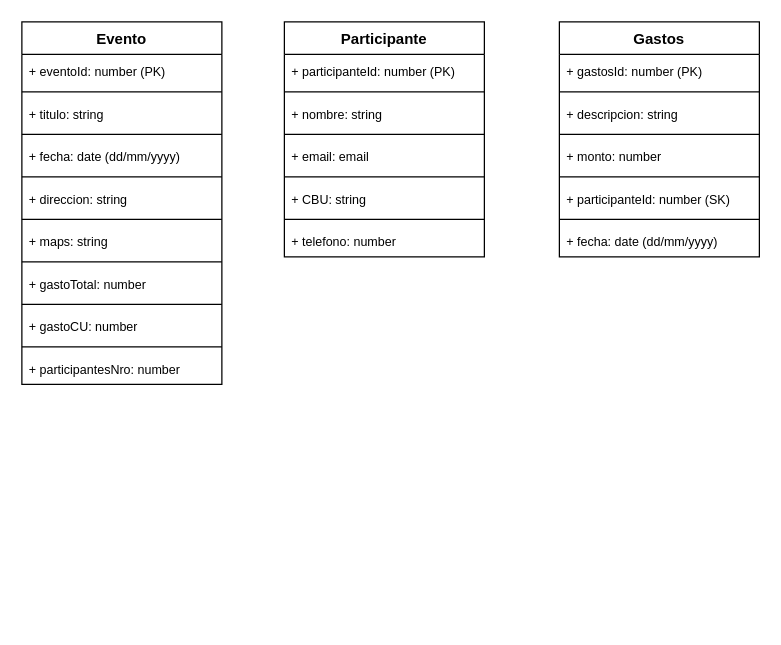
The draw.io diagram PartyPay.drawio in cbalucas/PartyPay, before the edit. Source tidied: cells renumbered, new cells numbered last; positions are measured from the earlier drawing's top-left corner, leaving out a move shared by most shapes. Both pictures are drawn from the tidied source at 125%, with x=0, y=0 at pixel (21, 21).
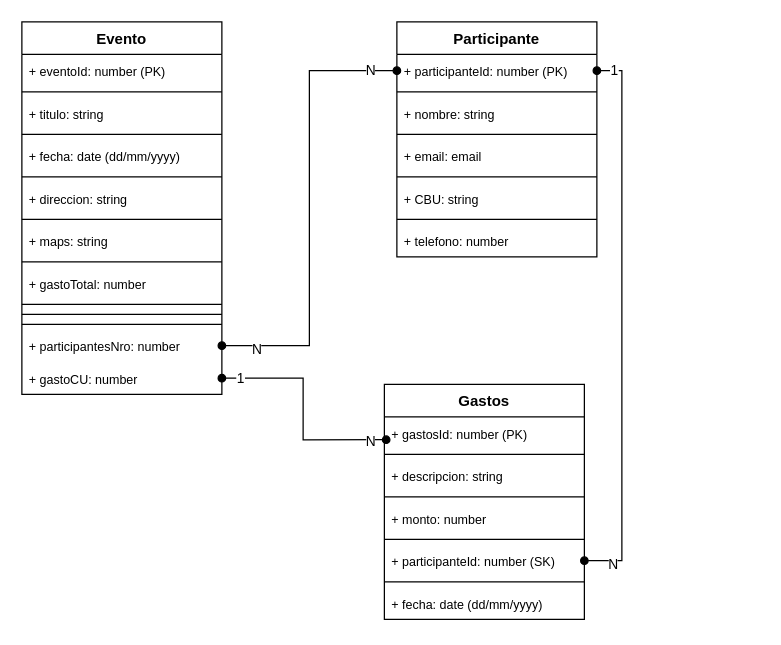
The same diagram, later.

The change refers to these unchanged cells:
```xml
<mxCell id="19" value="&lt;font style=&quot;font-size: 10px;&quot;&gt;+ participanteId: number (PK)&lt;/font&gt;" style="text;strokeColor=none;fillColor=none;align=left;verticalAlign=top;spacingLeft=4;spacingRight=4;overflow=hidden;points=[[0,0.5],[1,0.5]];portConstraint=eastwest;whiteSpace=wrap;html=1;" parent="18" vertex="1">
  <mxGeometry y="26" width="160" height="26" as="geometry" />
</mxCell>
<mxCell id="29" value="&lt;font style=&quot;font-size: 10px;&quot;&gt;+ gastosId: number (PK)&lt;/font&gt;" style="text;strokeColor=none;fillColor=none;align=left;verticalAlign=top;spacingLeft=4;spacingRight=4;overflow=hidden;points=[[0,0.5],[1,0.5]];portConstraint=eastwest;whiteSpace=wrap;html=1;" parent="28" vertex="1">
  <mxGeometry y="26" width="160" height="26" as="geometry" />
</mxCell>
<mxCell id="35" value="&lt;font style=&quot;font-size: 10px;&quot;&gt;+ participanteId: number (SK)&lt;/font&gt;" style="text;strokeColor=none;fillColor=none;align=left;verticalAlign=top;spacingLeft=4;spacingRight=4;overflow=hidden;points=[[0,0.5],[1,0.5]];portConstraint=eastwest;whiteSpace=wrap;html=1;" parent="28" vertex="1">
  <mxGeometry y="128" width="160" height="26" as="geometry" />
</mxCell>
```

Change to the diagram source:
```diff
@@
     <mxCell id="2" value="Evento" style="swimlane;fontStyle=1;align=center;verticalAlign=top;horizontal=1;startSize=26;whiteSpace=wrap;html=1;" parent="1" vertex="1">
-      <mxGeometry width="160" height="290" as="geometry" />
+      <mxGeometry width="160" height="298" as="geometry" />
     </mxCell>
@@
-    <mxCell id="15" value="&lt;font style=&quot;font-size: 10px;&quot;&gt;+ gastoCU: number&lt;/font&gt;" style="text;strokeColor=none;fillColor=none;align=left;verticalAlign=top;spacingLeft=4;spacingRight=4;overflow=hidden;points=[[0,0.5],[1,0.5]];portConstraint=eastwest;whiteSpace=wrap;html=1;" parent="2" vertex="1">
-      <mxGeometry y="230" width="160" height="26" as="geometry" />
-    </mxCell>
+    <mxCell id="38" style="line;strokeWidth=1;fillColor=none;align=left;verticalAlign=middle;spacingTop=-1;spacingLeft=3;spacingRight=3;labelPosition=right;strokeColor=inherit;" parent="2" vertex="1">
+      <mxGeometry y="230" width="160" height="8" as="geometry" />
+    </mxCell>
     <mxCell id="16" style="line;strokeWidth=1;fillColor=none;align=left;verticalAlign=middle;spacingTop=-1;spacingLeft=3;spacingRight=3;labelPosition=right;strokeColor=inherit;" parent="2" vertex="1">
-      <mxGeometry y="256" width="160" height="8" as="geometry" />
+      <mxGeometry y="238" width="160" height="8" as="geometry" />
     </mxCell>
     <mxCell id="17" value="&lt;font style=&quot;font-size: 10px;&quot;&gt;+ participantesNro: number&lt;/font&gt;" style="text;strokeColor=none;fillColor=none;align=left;verticalAlign=top;spacingLeft=4;spacingRight=4;overflow=hidden;points=[[0,0.5],[1,0.5]];portConstraint=eastwest;whiteSpace=wrap;html=1;" parent="2" vertex="1">
-      <mxGeometry y="264" width="160" height="26" as="geometry" />
+      <mxGeometry y="246" width="160" height="26" as="geometry" />
     </mxCell>
+    <mxCell id="15" value="&lt;font style=&quot;font-size: 10px;&quot;&gt;+ gastoCU: number&lt;/font&gt;" style="text;strokeColor=none;fillColor=none;align=left;verticalAlign=top;spacingLeft=4;spacingRight=4;overflow=hidden;points=[[0,0.5],[1,0.5]];portConstraint=eastwest;whiteSpace=wrap;html=1;" parent="2" vertex="1">
+      <mxGeometry y="272" width="160" height="26" as="geometry" />
+    </mxCell>
     <mxCell id="18" value="Participante" style="swimlane;fontStyle=1;align=center;verticalAlign=top;horizontal=1;startSize=26;whiteSpace=wrap;html=1;" parent="1" vertex="1">
-      <mxGeometry x="210" width="160" height="188" as="geometry" />
+      <mxGeometry x="300" width="160" height="188" as="geometry" />
     </mxCell>
@@
     <mxCell id="28" value="Gastos" style="swimlane;fontStyle=1;align=center;verticalAlign=top;horizontal=1;startSize=26;whiteSpace=wrap;html=1;" parent="1" vertex="1">
-      <mxGeometry x="430" width="160" height="188" as="geometry" />
+      <mxGeometry x="290" y="290" width="160" height="188" as="geometry" />
     </mxCell>
@@
+    <mxCell id="39" style="rounded=0;jettySize=auto;html=1;entryX=0.009;entryY=0.703;entryDx=0;entryDy=0;entryPerimeter=0;strokeColor=default;edgeStyle=orthogonalEdgeStyle;endArrow=oval;endFill=1;startArrow=oval;startFill=1;" parent="1" edge="1" source="15" target="29">
+      <mxGeometry relative="1" as="geometry" />
+    </mxCell>
+    <mxCell id="40" value="1" style="edgeLabel;html=1;align=center;verticalAlign=middle;" parent="39" vertex="1">
+      <mxGeometry x="-0.84" y="1" relative="1" as="geometry" />
+    </mxCell>
+    <mxCell id="41" value="N" style="edgeLabel;html=1;align=center;verticalAlign=middle;" parent="39" vertex="1">
+      <mxGeometry x="0.86" y="-1" relative="1" as="geometry" />
+    </mxCell>
+    <mxCell id="42" style="edgeStyle=orthogonalEdgeStyle;rounded=0;jettySize=auto;html=1;exitX=1;exitY=0.5;exitDx=0;exitDy=0;entryX=0;entryY=0.5;entryDx=0;entryDy=0;startArrow=oval;startFill=1;endArrow=oval;endFill=1;" parent="1" edge="1" source="17" target="19">
+      <mxGeometry relative="1" as="geometry" />
+    </mxCell>
+    <mxCell id="43" value="N" style="edgeLabel;html=1;align=center;verticalAlign=middle;" parent="42" vertex="1">
+      <mxGeometry x="0.88" y="1" relative="1" as="geometry" />
+    </mxCell>
+    <mxCell id="44" value="N" style="edgeLabel;html=1;align=center;verticalAlign=middle;" parent="42" vertex="1">
+      <mxGeometry x="-0.85" y="-2" relative="1" as="geometry" />
+    </mxCell>
+    <mxCell id="45" style="edgeStyle=orthogonalEdgeStyle;rounded=0;jettySize=auto;html=1;entryX=1;entryY=0.5;entryDx=0;entryDy=0;startArrow=oval;startFill=1;endArrow=oval;endFill=1;" parent="1" edge="1" source="35" target="19">
+      <mxGeometry relative="1" as="geometry" />
+    </mxCell>
+    <mxCell id="46" value="N" style="edgeLabel;html=1;align=center;verticalAlign=middle;" parent="45" vertex="1">
+      <mxGeometry x="-0.9" y="-2" relative="1" as="geometry" />
+    </mxCell>
+    <mxCell id="47" value="1" style="edgeLabel;html=1;align=center;verticalAlign=middle;" parent="45" vertex="1">
+      <mxGeometry x="0.94" y="-1" relative="1" as="geometry" />
+    </mxCell>
```
